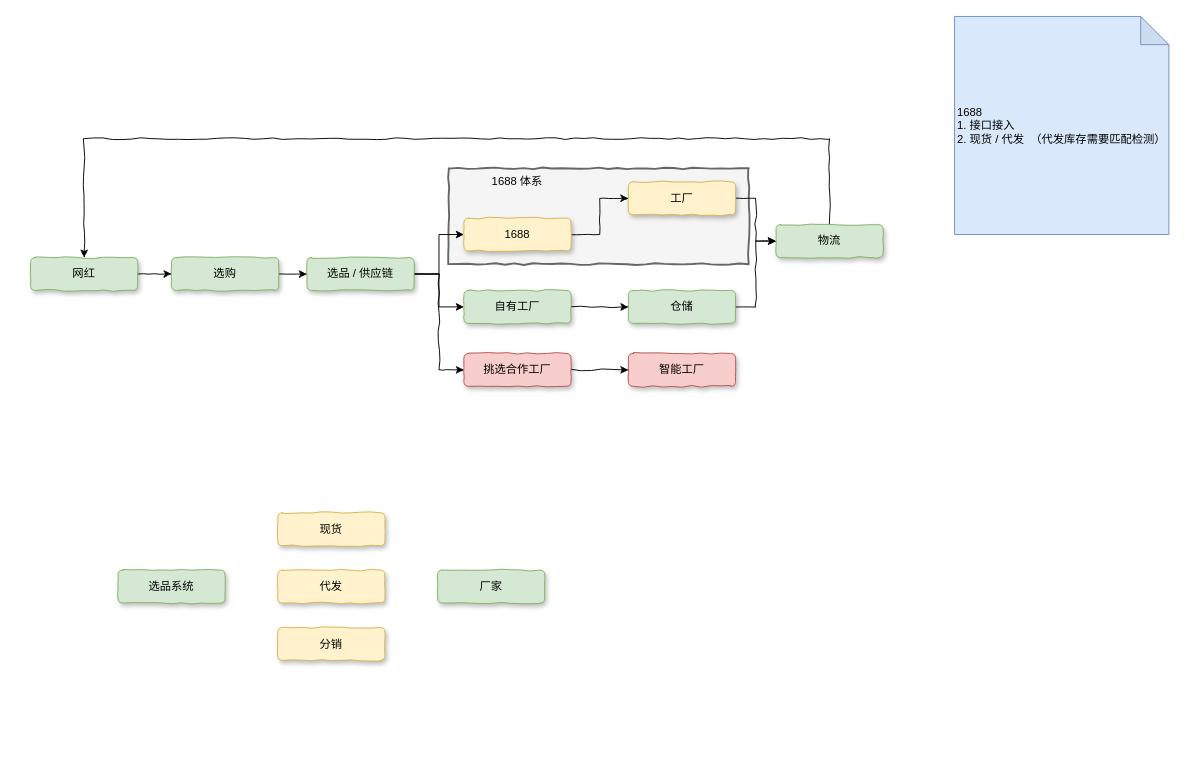
The draw.io diagram 洋葱结构梳理.drawio in chenyz/EGOTableViewPullRefresh, before the edit. Source tidied: cells renumbered, new cells numbered last; positions are measured from the earlier drawing's top-left corner, leaving out a move shared by most shapes. Both pictures are drawn from the tidied source at 94%, with x=0, y=0 at pixel (30, 16).
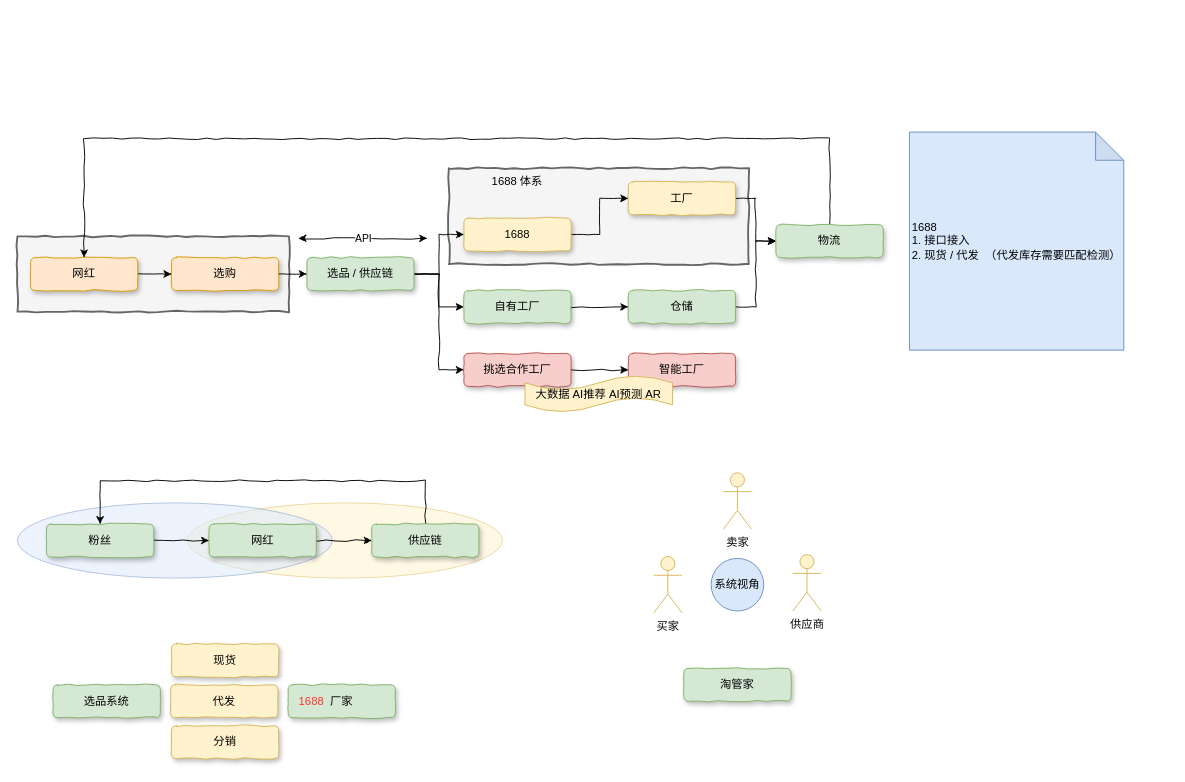
The same page after the edit.

Commit message (it also covers changes not shown here):
更新洋葱结构梳理.drawio

Unchanged cells that the change refers to:
```xml
<mxCell id="8" value="选品 / 供应链" style="rounded=1;whiteSpace=wrap;html=1;shadow=1;comic=1;fillColor=#d5e8d4;strokeColor=#82b366;" parent="1" vertex="1">
  <mxGeometry x="294" y="256.5" width="114" height="35" as="geometry" />
</mxCell>
<mxCell id="10" value="1688" style="rounded=1;whiteSpace=wrap;html=1;shadow=1;comic=1;fillColor=#fff2cc;strokeColor=#d6b656;" parent="1" vertex="1">
  <mxGeometry x="461" y="214.5" width="114" height="35" as="geometry" />
</mxCell>
```

The edit, as a diff of the source:
```diff
@@
+    <mxCell id="31" style="ellipse;whiteSpace=wrap;html=1;fillColor=#fff2cc;strokeColor=#d6b656;opacity=50;" parent="1" vertex="1">
+      <mxGeometry x="167" y="517.5" width="335" height="80" as="geometry" />
+    </mxCell>
+    <mxCell id="32" style="ellipse;whiteSpace=wrap;html=1;fillColor=#dae8fc;strokeColor=#6c8ebf;opacity=50;" parent="1" vertex="1">
+      <mxGeometry x="-14" y="517.5" width="335" height="80" as="geometry" />
+    </mxCell>
+    <mxCell id="33" style="html=1;whiteSpace=wrap;comic=1;strokeWidth=2;fontFamily=Comic Sans MS;fontStyle=1;fillColor=#f5f5f5;strokeColor=#666666;fontColor=#333333;" parent="1" vertex="1">
+      <mxGeometry x="-14" y="234" width="289" height="80" as="geometry" />
+    </mxCell>
@@
-    <mxCell id="4" value="网红" style="rounded=1;whiteSpace=wrap;html=1;shadow=1;comic=1;fillColor=#d5e8d4;strokeColor=#82b366;" parent="1" vertex="1">
+    <mxCell id="4" value="网红" style="rounded=1;whiteSpace=wrap;html=1;shadow=1;comic=1;fillColor=#ffe6cc;strokeColor=#d79b00;" parent="1" vertex="1">
       <mxGeometry y="256.5" width="114" height="35" as="geometry" />
     </mxCell>
-    <mxCell id="5" style="edgeStyle=orthogonalEdgeStyle;rounded=0;jettySize=auto;html=1;exitX=1;exitY=0.5;exitDx=0;exitDy=0;entryX=0;entryY=0.5;entryDx=0;entryDy=0;" parent="1" edge="1" source="8" target="10">
+    <mxCell id="5" style="edgeStyle=orthogonalEdgeStyle;rounded=0;jettySize=auto;html=1;exitX=1;exitY=0.5;exitDx=0;exitDy=0;entryX=0;entryY=0.5;entryDx=0;entryDy=0;comic=1;" parent="1" edge="1" source="8" target="10">
       <mxGeometry relative="1" as="geometry" />
     </mxCell>
@@
-    <mxCell id="20" value="选购" style="rounded=1;whiteSpace=wrap;html=1;shadow=1;comic=1;fillColor=#d5e8d4;strokeColor=#82b366;" parent="1" vertex="1">
+    <mxCell id="20" value="选购" style="rounded=1;whiteSpace=wrap;html=1;shadow=1;comic=1;fillColor=#ffe6cc;strokeColor=#d79b00;" parent="1" vertex="1">
       <mxGeometry x="150" y="256.5" width="114" height="35" as="geometry" />
     </mxCell>
@@
     <mxCell id="25" value="&lt;div style=&quot;text-align: left&quot;&gt;&lt;span&gt;1688&amp;nbsp;&lt;/span&gt;&lt;/div&gt;&lt;div style=&quot;text-align: left&quot;&gt;1. 接口接入&lt;/div&gt;2. 现货 / 代发&amp;nbsp; （代发库存需要匹配检测）&lt;br&gt;" style="shape=note;whiteSpace=wrap;html=1;backgroundOutline=1;darkOpacity=0.05;fillColor=#dae8fc;strokeColor=#6c8ebf;" parent="1" vertex="1">
-      <mxGeometry x="983" width="228" height="232" as="geometry" />
+      <mxGeometry x="935" y="123" width="228" height="232" as="geometry" />
     </mxCell>
     <mxCell id="26" value="厂家" style="rounded=1;whiteSpace=wrap;html=1;shadow=1;comic=1;fillColor=#d5e8d4;strokeColor=#82b366;" parent="1" vertex="1">
-      <mxGeometry x="433" y="589" width="114" height="35" as="geometry" />
+      <mxGeometry x="274" y="711" width="114" height="35" as="geometry" />
     </mxCell>
     <mxCell id="27" value="现货" style="rounded=1;whiteSpace=wrap;html=1;shadow=1;comic=1;fillColor=#fff2cc;strokeColor=#d6b656;" parent="1" vertex="1">
-      <mxGeometry x="263" y="528" width="114" height="35" as="geometry" />
+      <mxGeometry x="150" y="667.5" width="114" height="35" as="geometry" />
     </mxCell>
     <mxCell id="28" value="代发" style="rounded=1;whiteSpace=wrap;html=1;shadow=1;comic=1;fillColor=#fff2cc;strokeColor=#d6b656;" parent="1" vertex="1">
-      <mxGeometry x="263" y="589" width="114" height="35" as="geometry" />
+      <mxGeometry x="149" y="711" width="114" height="35" as="geometry" />
     </mxCell>
     <mxCell id="29" value="分销" style="rounded=1;whiteSpace=wrap;html=1;shadow=1;comic=1;fillColor=#fff2cc;strokeColor=#d6b656;" parent="1" vertex="1">
-      <mxGeometry x="263" y="650" width="114" height="35" as="geometry" />
+      <mxGeometry x="150" y="754.5" width="114" height="35" as="geometry" />
     </mxCell>
     <mxCell id="30" value="选品系统" style="rounded=1;whiteSpace=wrap;html=1;shadow=1;comic=1;fillColor=#d5e8d4;strokeColor=#82b366;" parent="1" vertex="1">
-      <mxGeometry x="93" y="589" width="114" height="35" as="geometry" />
+      <mxGeometry x="24" y="711" width="114" height="35" as="geometry" />
     </mxCell>
+    <mxCell id="34" value="API" style="endArrow=classic;startArrow=classic;html=1;shadow=0;comic=1;" parent="1" edge="1">
+      <mxGeometry relative="1" as="geometry">
+        <mxPoint x="285" y="236" as="sourcePoint" />
+        <mxPoint x="422" y="236" as="targetPoint" />
+      </mxGeometry>
+    </mxCell>
+    <mxCell id="35" value="大数据 AI推荐 AI预测 AR" style="shape=tape;whiteSpace=wrap;html=1;fillColor=#fff2cc;strokeColor=#d6b656;" parent="1" vertex="1">
+      <mxGeometry x="526" y="382" width="157" height="39" as="geometry" />
+    </mxCell>
+    <mxCell id="36" value="系统视角" style="ellipse;whiteSpace=wrap;html=1;fillColor=#dae8fc;strokeColor=#6c8ebf;" parent="1" vertex="1">
+      <mxGeometry x="724" y="576.5" width="56" height="56" as="geometry" />
+    </mxCell>
+    <mxCell id="37" value="买家" style="shape=umlActor;verticalLabelPosition=bottom;labelBackgroundColor=#ffffff;verticalAlign=top;html=1;fillColor=#fff2cc;strokeColor=#d6b656;" parent="1" vertex="1">
+      <mxGeometry x="663" y="574.5" width="30" height="60" as="geometry" />
+    </mxCell>
+    <mxCell id="38" value="卖家" style="shape=umlActor;verticalLabelPosition=bottom;labelBackgroundColor=#ffffff;verticalAlign=top;html=1;fillColor=#fff2cc;strokeColor=#d6b656;" parent="1" vertex="1">
+      <mxGeometry x="737" y="485.5" width="30" height="60" as="geometry" />
+    </mxCell>
+    <mxCell id="39" value="供应商" style="shape=umlActor;verticalLabelPosition=bottom;labelBackgroundColor=#ffffff;verticalAlign=top;html=1;fillColor=#fff2cc;strokeColor=#d6b656;" parent="1" vertex="1">
+      <mxGeometry x="811" y="572.5" width="30" height="60" as="geometry" />
+    </mxCell>
+    <mxCell id="40" value="淘管家&lt;br&gt;" style="rounded=1;whiteSpace=wrap;html=1;shadow=1;comic=1;fillColor=#d5e8d4;strokeColor=#82b366;" parent="1" vertex="1">
+      <mxGeometry x="695" y="693.5" width="114" height="35" as="geometry" />
+    </mxCell>
+    <mxCell id="41" value="&lt;font color=&quot;#ff3333&quot;&gt;1688&lt;/font&gt;" style="text;html=1;align=center;verticalAlign=middle;whiteSpace=wrap;rounded=0;" parent="1" vertex="1">
+      <mxGeometry x="279" y="719" width="40" height="20" as="geometry" />
+    </mxCell>
+    <mxCell id="42" style="edgeStyle=orthogonalEdgeStyle;rounded=0;comic=1;jettySize=auto;html=1;exitX=1;exitY=0.5;exitDx=0;exitDy=0;entryX=0;entryY=0.5;entryDx=0;entryDy=0;shadow=0;" parent="1" edge="1" source="43" target="45">
+      <mxGeometry relative="1" as="geometry" />
+    </mxCell>
+    <mxCell id="43" value="粉丝" style="rounded=1;whiteSpace=wrap;html=1;shadow=1;comic=1;fillColor=#d5e8d4;strokeColor=#82b366;" parent="1" vertex="1">
+      <mxGeometry x="17" y="540" width="114" height="35" as="geometry" />
+    </mxCell>
+    <mxCell id="44" style="edgeStyle=orthogonalEdgeStyle;rounded=0;comic=1;jettySize=auto;html=1;exitX=1;exitY=0.5;exitDx=0;exitDy=0;entryX=0;entryY=0.5;entryDx=0;entryDy=0;shadow=0;" parent="1" edge="1" source="45" target="47">
+      <mxGeometry relative="1" as="geometry" />
+    </mxCell>
+    <mxCell id="45" value="网红" style="rounded=1;whiteSpace=wrap;html=1;shadow=1;comic=1;fillColor=#d5e8d4;strokeColor=#82b366;" parent="1" vertex="1">
+      <mxGeometry x="190" y="540" width="114" height="35" as="geometry" />
+    </mxCell>
+    <mxCell id="46" style="edgeStyle=orthogonalEdgeStyle;rounded=0;comic=1;jettySize=auto;html=1;exitX=0.5;exitY=0;exitDx=0;exitDy=0;entryX=0.5;entryY=0;entryDx=0;entryDy=0;shadow=0;" parent="1" edge="1" source="47" target="43">
+      <mxGeometry relative="1" as="geometry">
+        <Array as="points">
+          <mxPoint x="420" y="494" />
+          <mxPoint x="74" y="494" />
+        </Array>
+      </mxGeometry>
+    </mxCell>
+    <mxCell id="47" value="供应链" style="rounded=1;whiteSpace=wrap;html=1;shadow=1;comic=1;fillColor=#d5e8d4;strokeColor=#82b366;" parent="1" vertex="1">
+      <mxGeometry x="363" y="540" width="114" height="35" as="geometry" />
+    </mxCell>
```
